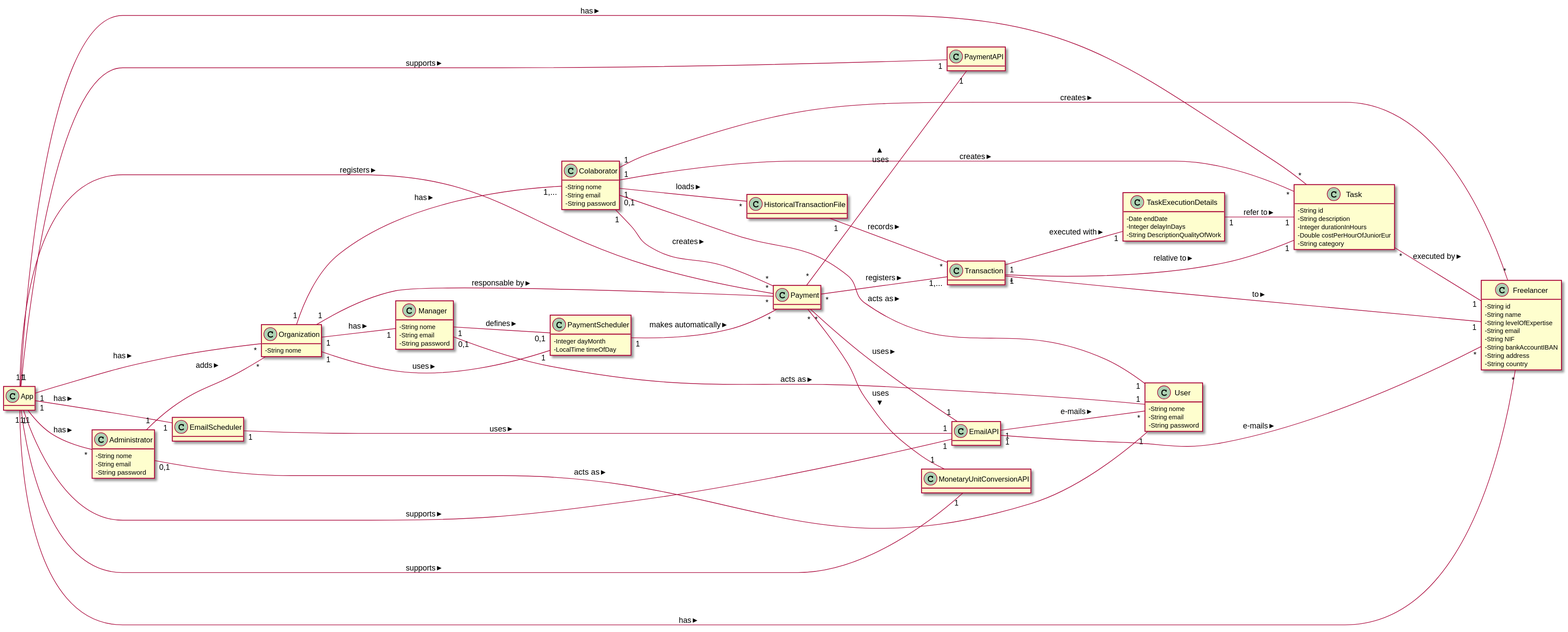
This is docs/MD/MD.svg from botelho-io/lapr2-2020-g029, a PlantUML export, as it was before one commit.
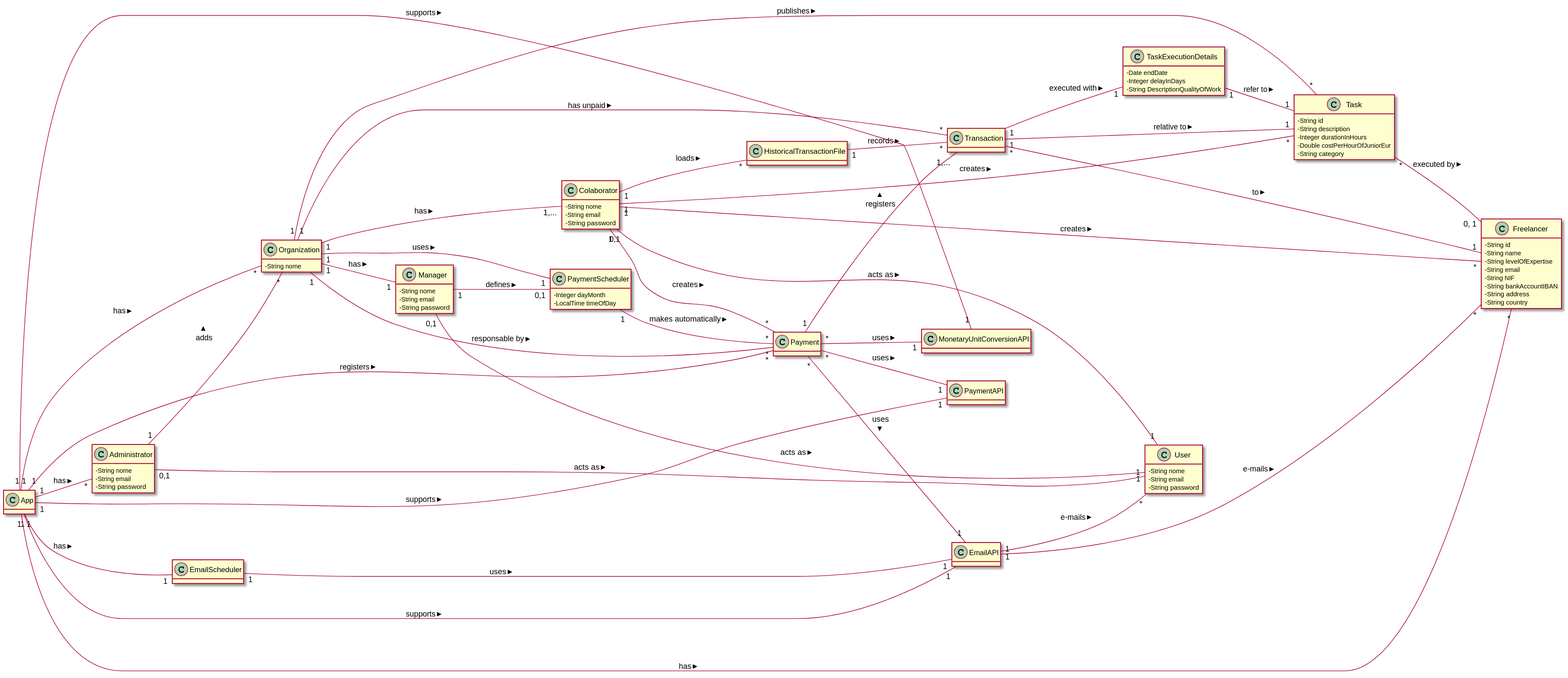
The same diagram one commit later.

Diff of the diagram source:
```diff
@@ -85,7 +85,7 @@
 Colaborator                "0,1" -- "1"      User                      : acts as >
 Manager                      "1" -- "0,1"    PaymentScheduler          : defines >
 Manager                    "0,1" -- "1"      User                      : acts as >
-Payment                      "*" -- "1,..."  Transaction               : registers >
+Payment                      "1" -- "1,..."  Transaction               : registers >
 Payment                      "*" -- "1"      EmailAPI                  : uses >
 Payment                      "*" -- "1"      PaymentAPI                : uses >
 Payment                      "*" -- "1"      MonetaryUnitConversionAPI : uses >
@@ -99,7 +99,9 @@
 Organization                 "1" -- "1"      Manager                   : has >
 Organization                 "1" -- "1"      PaymentScheduler          : uses >
 Organization                 "1" -- "*"      Payment                   : responsable by >
-Task                         "*" -- "1"      Freelancer                : executed by >
+Organization                 "1" -- "*"      Task                      : publishes >
+Organization                 "1" -- "*"      Transaction               : has unpaid >
+Task                         "*" -- "0, 1"   Freelancer                : executed by >
 App                          "1" -- "1"      MonetaryUnitConversionAPI : supports >
 App                          "1" -- "*"      Organization              : has >
 App                          "1" -- "1"      EmailAPI                  : supports >
@@ -107,7 +109,6 @@
 App                          "1" -- "*"      Payment                   : registers >
 App                          "1" -- "*"      Administrator             : has >
 App                          "1" -- "*"      Freelancer                : has >
-App                          "1" -- "*"      Task                      : has >
 App                          "1" -- "1"      EmailScheduler            : has >
 EmailScheduler               "1" -- "1"      EmailAPI                  : uses >
 Administrator                "1" -- "*"      Organization              : adds >
```
